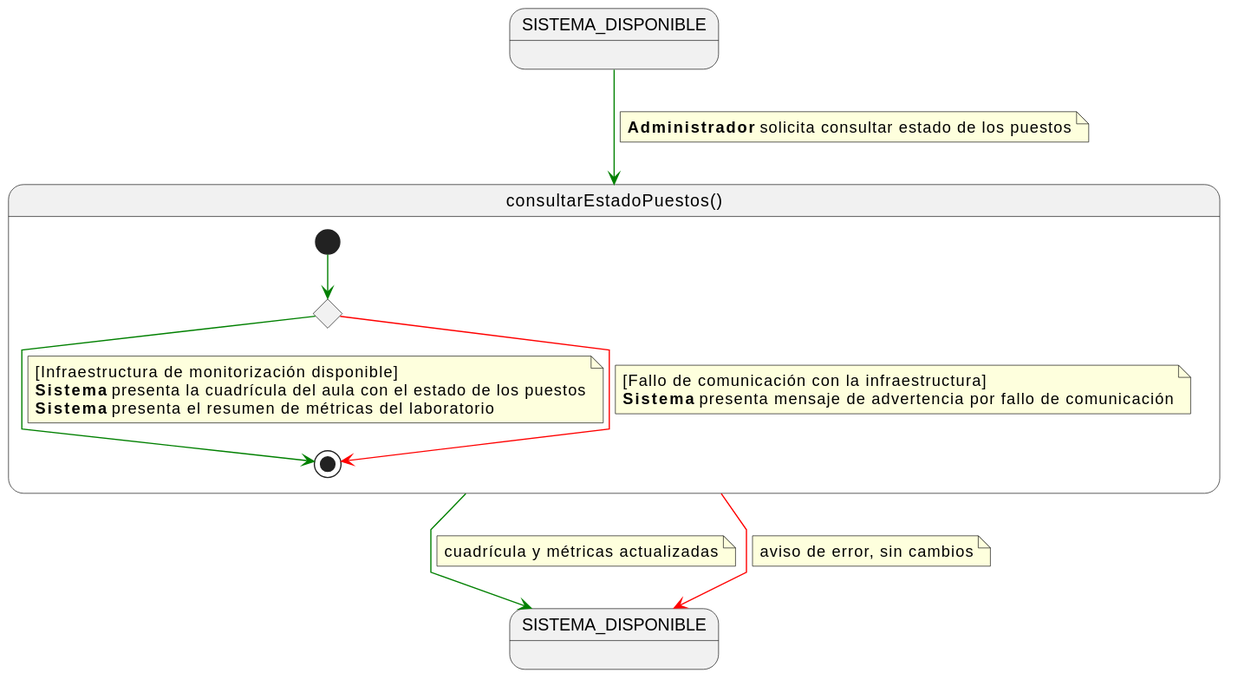
This is images/01-requisitos/01-detalle-casos-uso/consultarEstadoPuestos/especificacion.svg from Carlos-Lima2510/mesh-panel, a PlantUML export, as it was before one commit.
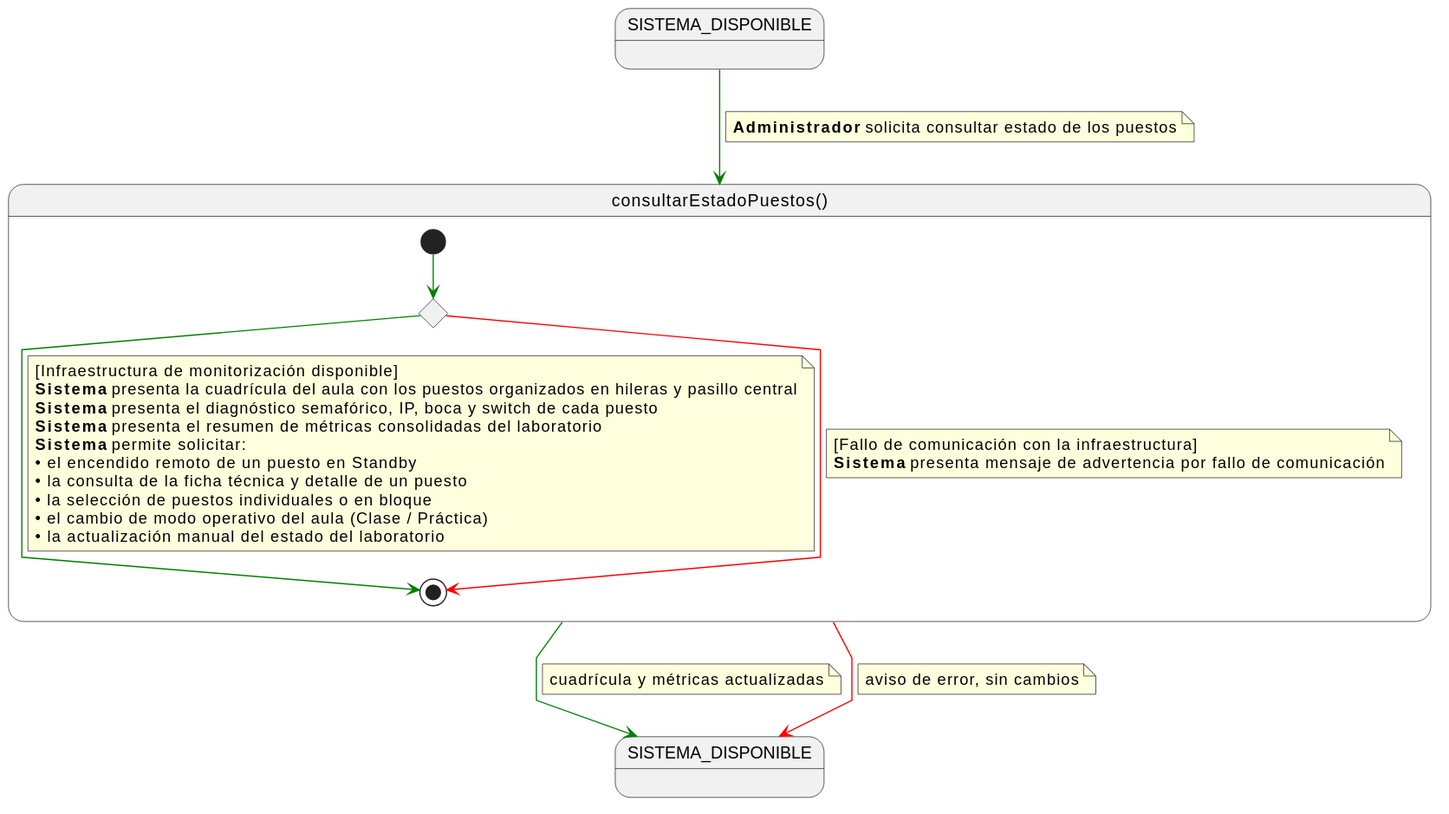
After the commit.

The edit, as a diff of the source:
```diff
@@ -18,8 +18,15 @@
     c -[#green]-> [*]
     note on link
     [Infraestructura de monitorización disponible]
-    <b>Sistema</b> presenta la cuadrícula del aula con el estado de los puestos
-    <b>Sistema</b> presenta el resumen de métricas del laboratorio
+    <b>Sistema</b> presenta la cuadrícula del aula con los puestos organizados en hileras y pasillo central
+    <b>Sistema</b> presenta el diagnóstico semafórico, IP, boca y switch de cada puesto
+    <b>Sistema</b> presenta el resumen de métricas consolidadas del laboratorio
+    <b>Sistema</b> permite solicitar:
+    • el encendido remoto de un puesto en Standby
+    • la consulta de la ficha técnica y detalle de un puesto
+    • la selección de puestos individuales o en bloque
+    • el cambio de modo operativo del aula (Clase / Práctica)
+    • la actualización manual del estado del laboratorio
     end note
 
     c -[#red]-> [*]
```
